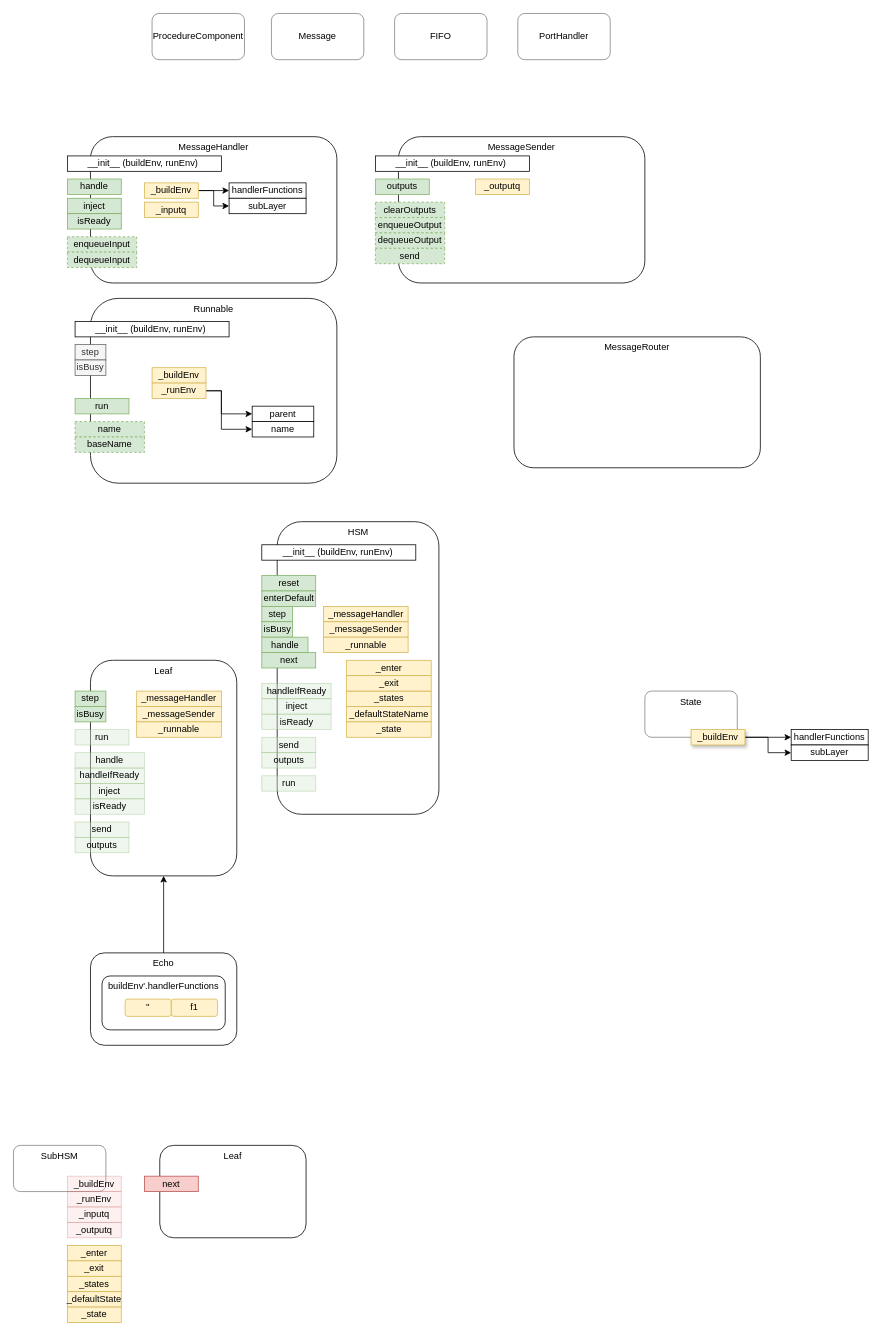
guitarvydas/asc3 keeps this draw.io diagram as asc.drawio. Above is the earlier version. Source tidied: cells renumbered, new cells numbered last; positions are measured from the earlier drawing's top-left corner, leaving out a move shared by most shapes. Both pictures are drawn from the tidied source at 77%, with x=0, y=0 at pixel (13, 13).
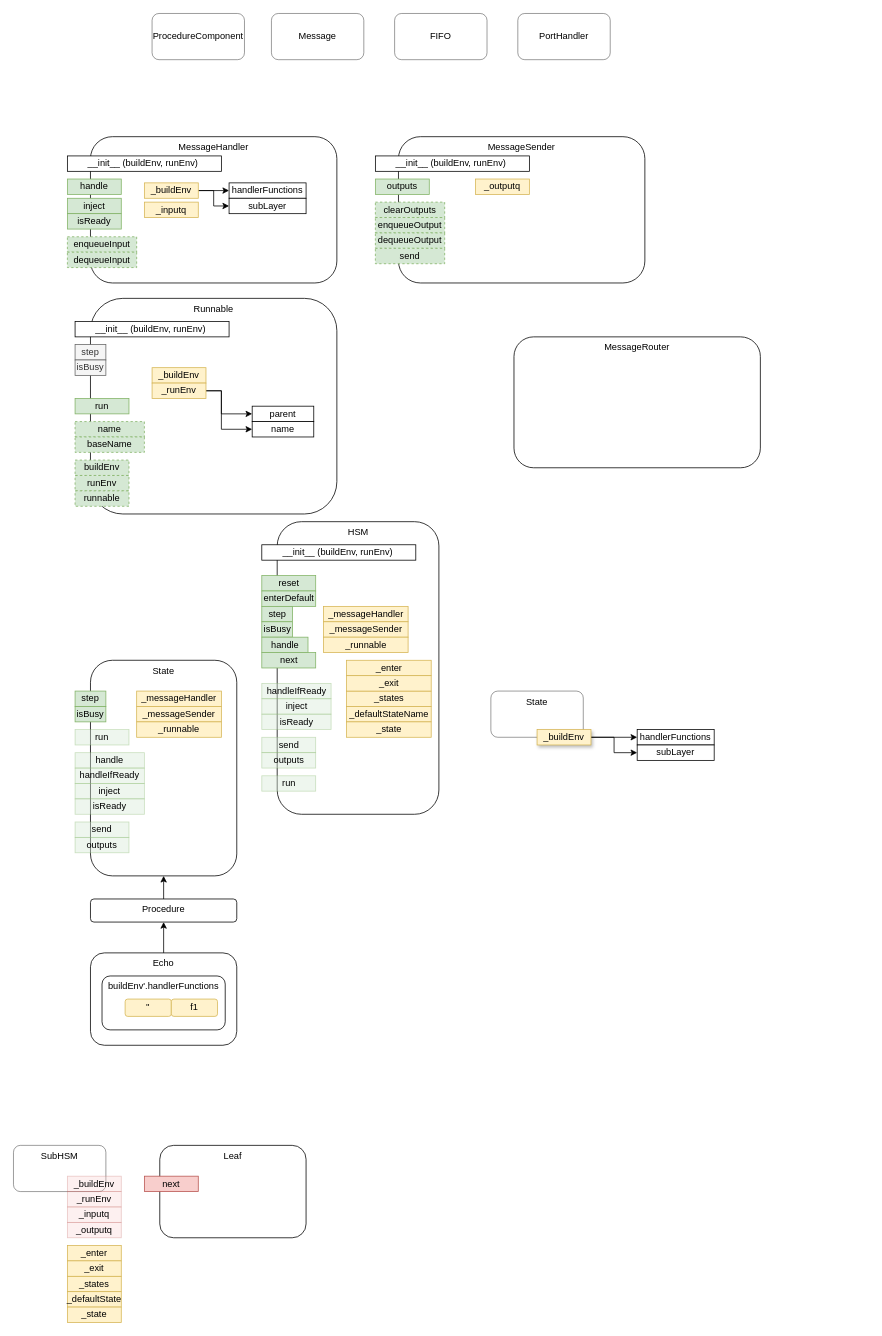
The same page after the edit.

Commit message (it also covers changes not shown here):
Leaf -> State ; Procedure

The change refers to these unchanged cells:
```xml
<mxCell id="3" value="Echo" style="rounded=1;whiteSpace=wrap;html=1;verticalAlign=top;" parent="1" vertex="1">
  <mxGeometry x="100" y="1220" width="190" height="120" as="geometry" />
</mxCell>
```

Change to the diagram source:
```diff
@@
+    <mxCell id="99" style="edgeStyle=orthogonalEdgeStyle;rounded=0;jettySize=auto;html=1;exitX=0.5;exitY=0;exitDx=0;exitDy=0;entryX=0.5;entryY=1;entryDx=0;entryDy=0;" parent="1" edge="1" source="3" target="104">
+      <mxGeometry relative="1" as="geometry" />
+    </mxCell>
@@
     <mxCell id="7" value="Runnable" style="rounded=1;whiteSpace=wrap;html=1;verticalAlign=top;" parent="1" vertex="1">
-      <mxGeometry x="100" y="370" width="320" height="240" as="geometry" />
+      <mxGeometry x="100" y="370" width="320" height="280" as="geometry" />
     </mxCell>
@@
-    <mxCell id="29" value="Leaf" style="rounded=1;whiteSpace=wrap;html=1;verticalAlign=top;" parent="1" vertex="1">
+    <mxCell id="29" value="State" style="rounded=1;whiteSpace=wrap;html=1;verticalAlign=top;" parent="1" vertex="1">
       <mxGeometry x="100" y="840" width="190" height="280" as="geometry" />
     </mxCell>
@@
     <mxCell id="36" value="State" style="rounded=1;whiteSpace=wrap;html=1;opacity=50;align=center;verticalAlign=top;" parent="1" vertex="1">
-      <mxGeometry x="820" y="880" width="120" height="60" as="geometry" />
+      <mxGeometry x="620" y="880" width="120" height="60" as="geometry" />
     </mxCell>
@@
     <mxCell id="52" value="_buildEnv" style="rounded=0;whiteSpace=wrap;html=1;verticalAlign=middle;align=center;fillColor=#fff2cc;strokeColor=#d6b656;shadow=1;" parent="1" vertex="1">
-      <mxGeometry x="880" y="930" width="70" height="20" as="geometry" />
+      <mxGeometry x="680" y="930" width="70" height="20" as="geometry" />
     </mxCell>
     <mxCell id="53" value="handlerFunctions" style="rounded=0;whiteSpace=wrap;html=1;verticalAlign=middle;align=center;" parent="1" vertex="1">
-      <mxGeometry x="1010" y="930" width="100" height="20" as="geometry" />
+      <mxGeometry x="810" y="930" width="100" height="20" as="geometry" />
     </mxCell>
     <mxCell id="54" value="subLayer" style="rounded=0;whiteSpace=wrap;html=1;verticalAlign=middle;align=center;" parent="1" vertex="1">
-      <mxGeometry x="1010" y="950" width="100" height="20" as="geometry" />
+      <mxGeometry x="810" y="950" width="100" height="20" as="geometry" />
     </mxCell>
@@
-    <mxCell id="84" style="edgeStyle=orthogonalEdgeStyle;rounded=0;jettySize=auto;html=1;exitX=0.5;exitY=0;exitDx=0;exitDy=0;" parent="1" edge="1" source="3" target="29">
-      <mxGeometry relative="1" as="geometry" />
-    </mxCell>
@@
+    <mxCell id="100" value="buildEnv" style="rounded=0;whiteSpace=wrap;html=1;verticalAlign=middle;align=center;fillColor=#d5e8d4;strokeColor=#82b366;dashed=1;" parent="1" vertex="1">
+      <mxGeometry x="80" y="580" width="70" height="20" as="geometry" />
+    </mxCell>
+    <mxCell id="101" value="runEnv" style="rounded=0;whiteSpace=wrap;html=1;verticalAlign=middle;align=center;fillColor=#d5e8d4;strokeColor=#82b366;dashed=1;" parent="1" vertex="1">
+      <mxGeometry x="80" y="600" width="70" height="20" as="geometry" />
+    </mxCell>
+    <mxCell id="102" value="runnable" style="rounded=0;whiteSpace=wrap;html=1;verticalAlign=middle;align=center;fillColor=#d5e8d4;strokeColor=#82b366;dashed=1;" parent="1" vertex="1">
+      <mxGeometry x="80" y="620" width="70" height="20" as="geometry" />
+    </mxCell>
+    <mxCell id="103" style="edgeStyle=orthogonalEdgeStyle;rounded=0;jettySize=auto;html=1;exitX=0.5;exitY=0;exitDx=0;exitDy=0;entryX=0.5;entryY=1;entryDx=0;entryDy=0;" parent="1" edge="1" source="104" target="29">
+      <mxGeometry relative="1" as="geometry" />
+    </mxCell>
+    <mxCell id="104" value="Procedure" style="rounded=1;whiteSpace=wrap;html=1;verticalAlign=top;" parent="1" vertex="1">
+      <mxGeometry x="100" y="1150" width="190" height="30" as="geometry" />
+    </mxCell>
```
